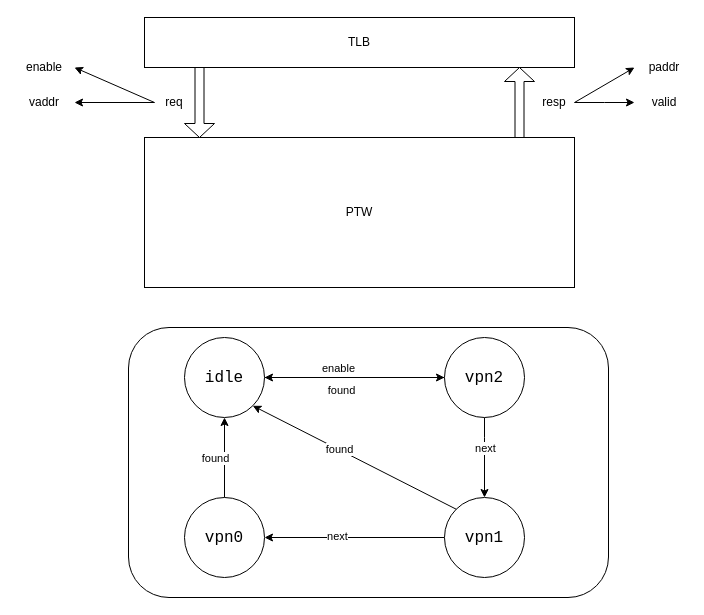
happy-lx/drawio keeps this draw.io diagram as PTW.drawio. Above is the earlier version. Source tidied: cells renumbered, new cells numbered last; positions are measured from the earlier drawing's top-left corner, leaving out a move shared by most shapes. Both pictures are drawn from the tidied source at 100%, with x=0, y=0 at pixel (24, 17).
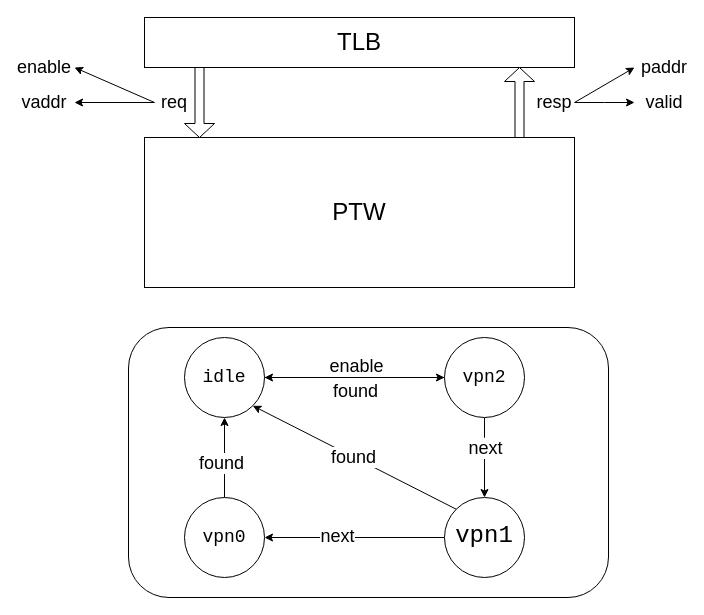
Above is the later version.

The change refers to these unchanged cells:
```xml
<mxCell id="17" style="edgeStyle=orthogonalEdgeStyle;rounded=0;jettySize=auto;html=1;exitX=1;exitY=0.5;exitDx=0;exitDy=0;" parent="1" edge="1" source="19" target="27">
  <mxGeometry relative="1" as="geometry" />
</mxCell>
<mxCell id="20" style="edgeStyle=orthogonalEdgeStyle;rounded=0;jettySize=auto;html=1;exitX=0;exitY=0.5;exitDx=0;exitDy=0;entryX=1;entryY=0.5;entryDx=0;entryDy=0;" parent="1" edge="1" source="22" target="24">
  <mxGeometry relative="1" as="geometry" />
</mxCell>
<mxCell id="31" style="endArrow=classic;html=1;entryX=1;entryY=1;entryDx=0;entryDy=0;exitX=0;exitY=0;exitDx=0;exitDy=0;" parent="1" edge="1" source="22" target="19">
  <mxGeometry relative="1" as="geometry" />
</mxCell>
```

Diff of the diagram source:
```diff
@@
-    <mxCell id="2" value="TLB" style="rounded=0;whiteSpace=wrap;html=1;" parent="1" vertex="1">
+    <mxCell id="2" value="&lt;font style=&quot;font-size: 24px&quot;&gt;TLB&lt;/font&gt;" style="rounded=0;whiteSpace=wrap;html=1;" parent="1" vertex="1">
       <mxGeometry x="120" width="430" height="50" as="geometry" />
     </mxCell>
-    <mxCell id="3" value="PTW" style="rounded=0;whiteSpace=wrap;html=1;" parent="1" vertex="1">
+    <mxCell id="3" value="&lt;font style=&quot;font-size: 24px&quot;&gt;PTW&lt;/font&gt;" style="rounded=0;whiteSpace=wrap;html=1;" parent="1" vertex="1">
       <mxGeometry x="120" y="120" width="430" height="150" as="geometry" />
     </mxCell>
@@
-    <mxCell id="7" value="req" style="text;html=1;strokeColor=none;fillColor=none;align=center;verticalAlign=middle;whiteSpace=wrap;rounded=0;" parent="1" vertex="1">
+    <mxCell id="7" value="&lt;font style=&quot;font-size: 18px&quot;&gt;req&lt;/font&gt;" style="text;html=1;strokeColor=none;fillColor=none;align=center;verticalAlign=middle;whiteSpace=wrap;rounded=0;" parent="1" vertex="1">
       <mxGeometry x="130" y="75" width="40" height="20" as="geometry" />
     </mxCell>
@@
-    <mxCell id="9" value="resp" style="text;html=1;strokeColor=none;fillColor=none;align=center;verticalAlign=middle;whiteSpace=wrap;rounded=0;" parent="1" vertex="1">
+    <mxCell id="9" value="&lt;font style=&quot;font-size: 18px&quot;&gt;resp&lt;/font&gt;" style="text;html=1;strokeColor=none;fillColor=none;align=center;verticalAlign=middle;whiteSpace=wrap;rounded=0;" parent="1" vertex="1">
       <mxGeometry x="510" y="75" width="40" height="20" as="geometry" />
     </mxCell>
@@
-    <mxCell id="11" value="enable" style="text;html=1;strokeColor=none;fillColor=none;align=center;verticalAlign=middle;whiteSpace=wrap;rounded=0;" parent="1" vertex="1">
+    <mxCell id="11" value="&lt;font style=&quot;font-size: 18px&quot;&gt;enable&lt;/font&gt;" style="text;html=1;strokeColor=none;fillColor=none;align=center;verticalAlign=middle;whiteSpace=wrap;rounded=0;" parent="1" vertex="1">
       <mxGeometry y="40" width="40" height="20" as="geometry" />
     </mxCell>
-    <mxCell id="12" value="vaddr" style="text;html=1;strokeColor=none;fillColor=none;align=center;verticalAlign=middle;whiteSpace=wrap;rounded=0;" parent="1" vertex="1">
+    <mxCell id="12" value="&lt;font style=&quot;font-size: 18px&quot;&gt;vaddr&lt;/font&gt;" style="text;html=1;strokeColor=none;fillColor=none;align=center;verticalAlign=middle;whiteSpace=wrap;rounded=0;" parent="1" vertex="1">
       <mxGeometry y="75" width="40" height="20" as="geometry" />
     </mxCell>
@@
-    <mxCell id="14" value="paddr" style="text;html=1;strokeColor=none;fillColor=none;align=center;verticalAlign=middle;whiteSpace=wrap;rounded=0;" parent="1" vertex="1">
+    <mxCell id="14" value="&lt;font style=&quot;font-size: 18px&quot;&gt;paddr&lt;/font&gt;" style="text;html=1;strokeColor=none;fillColor=none;align=center;verticalAlign=middle;whiteSpace=wrap;rounded=0;" parent="1" vertex="1">
       <mxGeometry x="620" y="40" width="40" height="20" as="geometry" />
     </mxCell>
-    <mxCell id="15" value="valid" style="text;html=1;strokeColor=none;fillColor=none;align=center;verticalAlign=middle;whiteSpace=wrap;rounded=0;" parent="1" vertex="1">
+    <mxCell id="15" value="&lt;font style=&quot;font-size: 18px&quot;&gt;valid&lt;/font&gt;" style="text;html=1;strokeColor=none;fillColor=none;align=center;verticalAlign=middle;whiteSpace=wrap;rounded=0;" parent="1" vertex="1">
       <mxGeometry x="620" y="75" width="40" height="20" as="geometry" />
     </mxCell>
@@
-    <mxCell id="18" value="enable" style="edgeLabel;html=1;align=center;verticalAlign=middle;" parent="17" vertex="1">
+    <mxCell id="18" value="enable" style="edgeLabel;html=1;align=center;verticalAlign=middle;fontSize=18;" parent="17" vertex="1">
       <mxGeometry x="-0.19" y="2" relative="1" as="geometry">
-        <mxPoint y="-8" as="offset" />
+        <mxPoint x="18" y="-10" as="offset" />
       </mxGeometry>
     </mxCell>
-    <mxCell id="19" value="&lt;div style=&quot;font-family: &amp;#34;consolas&amp;#34; , &amp;#34;courier new&amp;#34; , monospace ; font-size: 16px ; line-height: 22px&quot;&gt;&lt;span style=&quot;background-color: rgb(255 , 255 , 255)&quot;&gt;idle&lt;/span&gt;&lt;/div&gt;" style="ellipse;whiteSpace=wrap;html=1;" parent="1" vertex="1">
+    <mxCell id="19" value="&lt;div style=&quot;font-family: &amp;#34;consolas&amp;#34; , &amp;#34;courier new&amp;#34; , monospace ; line-height: 22px&quot;&gt;&lt;span style=&quot;background-color: rgb(255 , 255 , 255)&quot;&gt;&lt;font style=&quot;font-size: 18px&quot;&gt;idle&lt;/font&gt;&lt;/span&gt;&lt;/div&gt;" style="ellipse;whiteSpace=wrap;html=1;" parent="1" vertex="1">
       <mxGeometry x="160" y="320" width="80" height="80" as="geometry" />
     </mxCell>
@@
-    <mxCell id="21" value="next" style="edgeLabel;html=1;align=center;verticalAlign=middle;" parent="20" vertex="1">
+    <mxCell id="21" value="next" style="edgeLabel;html=1;align=center;verticalAlign=middle;fontSize=18;" parent="20" vertex="1">
       <mxGeometry x="0.2" y="-2" relative="1" as="geometry" />
     </mxCell>
-    <mxCell id="22" value="&lt;div style=&quot;font-family: &amp;#34;consolas&amp;#34; , &amp;#34;courier new&amp;#34; , monospace ; font-size: 16px ; line-height: 22px&quot;&gt;&lt;span style=&quot;background-color: rgb(255 , 255 , 255)&quot;&gt;vpn1&lt;/span&gt;&lt;/div&gt;" style="ellipse;whiteSpace=wrap;html=1;" parent="1" vertex="1">
+    <mxCell id="22" value="&lt;div style=&quot;font-family: &amp;#34;consolas&amp;#34; , &amp;#34;courier new&amp;#34; , monospace ; line-height: 22px&quot;&gt;&lt;span style=&quot;background-color: rgb(255 , 255 , 255)&quot;&gt;&lt;font style=&quot;font-size: 24px&quot;&gt;vpn1&lt;/font&gt;&lt;/span&gt;&lt;/div&gt;" style="ellipse;whiteSpace=wrap;html=1;" parent="1" vertex="1">
       <mxGeometry x="420" y="480" width="80" height="80" as="geometry" />
     </mxCell>
@@
-    <mxCell id="24" value="&lt;div style=&quot;font-family: &amp;#34;consolas&amp;#34; , &amp;#34;courier new&amp;#34; , monospace ; font-size: 16px ; line-height: 22px&quot;&gt;&lt;span style=&quot;background-color: rgb(255 , 255 , 255)&quot;&gt;vpn0&lt;/span&gt;&lt;/div&gt;" style="ellipse;whiteSpace=wrap;html=1;" parent="1" vertex="1">
+    <mxCell id="24" value="&lt;div style=&quot;font-family: &amp;#34;consolas&amp;#34; , &amp;#34;courier new&amp;#34; , monospace ; line-height: 22px&quot;&gt;&lt;span style=&quot;background-color: rgb(255 , 255 , 255)&quot;&gt;&lt;font style=&quot;font-size: 18px&quot;&gt;vpn0&lt;/font&gt;&lt;/span&gt;&lt;/div&gt;" style="ellipse;whiteSpace=wrap;html=1;" parent="1" vertex="1">
       <mxGeometry x="160" y="480" width="80" height="80" as="geometry" />
     </mxCell>
@@
-    <mxCell id="27" value="&lt;div style=&quot;font-family: &amp;#34;consolas&amp;#34; , &amp;#34;courier new&amp;#34; , monospace ; font-size: 16px ; line-height: 22px&quot;&gt;&lt;span style=&quot;background-color: rgb(255 , 255 , 255)&quot;&gt;vpn2&lt;/span&gt;&lt;/div&gt;" style="ellipse;whiteSpace=wrap;html=1;" parent="1" vertex="1">
+    <mxCell id="27" value="&lt;div style=&quot;font-family: &amp;#34;consolas&amp;#34; , &amp;#34;courier new&amp;#34; , monospace ; line-height: 22px&quot;&gt;&lt;span style=&quot;background-color: rgb(255 , 255 , 255)&quot;&gt;&lt;font style=&quot;font-size: 18px&quot;&gt;vpn2&lt;/font&gt;&lt;/span&gt;&lt;/div&gt;" style="ellipse;whiteSpace=wrap;html=1;" parent="1" vertex="1">
       <mxGeometry x="420" y="320" width="80" height="80" as="geometry" />
     </mxCell>
-    <mxCell id="28" value="next" style="edgeLabel;html=1;align=center;verticalAlign=middle;" parent="1" vertex="1">
+    <mxCell id="28" value="next" style="edgeLabel;html=1;align=center;verticalAlign=middle;fontSize=18;" parent="1" vertex="1">
       <mxGeometry x="460" y="430" as="geometry" />
     </mxCell>
-    <mxCell id="29" value="found" style="edgeLabel;html=1;align=center;verticalAlign=middle;" parent="1" vertex="1">
-      <mxGeometry x="190" y="440" as="geometry" />
+    <mxCell id="29" value="found" style="edgeLabel;html=1;align=center;verticalAlign=middle;fontSize=18;" parent="1" vertex="1">
+      <mxGeometry x="196" y="445" as="geometry" />
     </mxCell>
-    <mxCell id="30" value="found" style="edgeLabel;html=1;align=center;verticalAlign=middle;" parent="1" vertex="1">
-      <mxGeometry x="330" y="380" as="geometry">
+    <mxCell id="30" value="found" style="edgeLabel;html=1;align=center;verticalAlign=middle;fontSize=18;" parent="1" vertex="1">
+      <mxGeometry x="344" y="381" as="geometry">
         <mxPoint x="-14" y="-8" as="offset" />
       </mxGeometry>
     </mxCell>
@@
-    <mxCell id="32" value="found" style="edgeLabel;html=1;align=center;verticalAlign=middle;" parent="31" vertex="1">
-      <mxGeometry x="0.16" relative="1" as="geometry" />
+    <mxCell id="32" value="found" style="edgeLabel;html=1;align=center;verticalAlign=middle;fontSize=18;" parent="31" vertex="1">
+      <mxGeometry x="0.16" relative="1" as="geometry">
+        <mxPoint x="14" y="8" as="offset" />
+      </mxGeometry>
     </mxCell>
```
